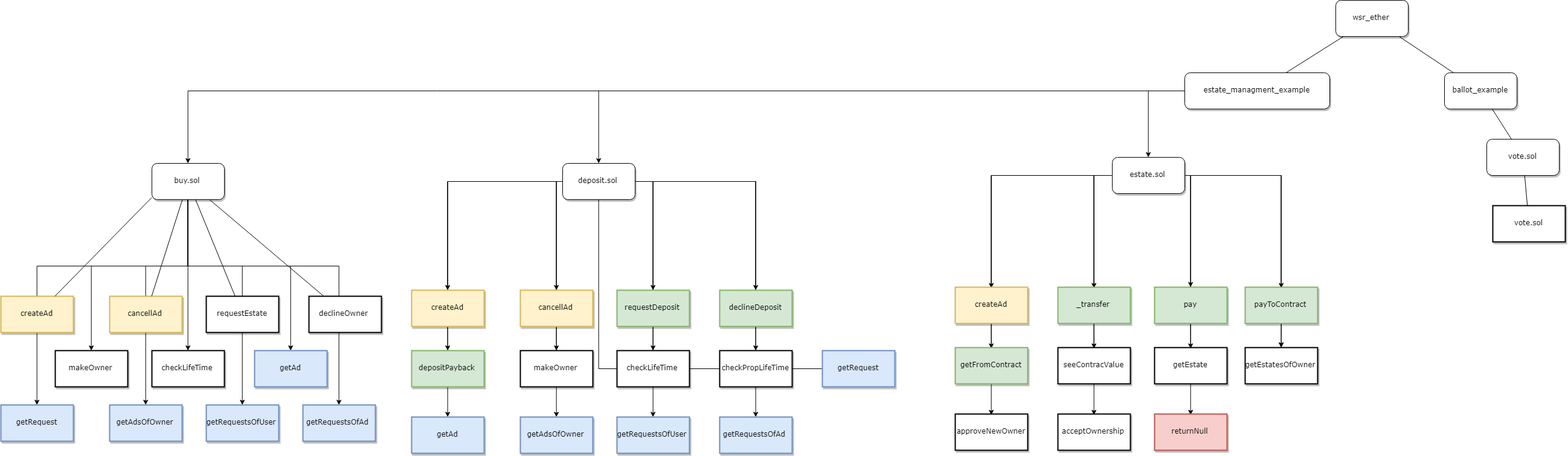
Earlier version of the draw.io export estate_scheme.png (AlexShashkov/wsr_ether). Source tidied: cells renumbered, new cells last; positions are measured from the earlier drawing's top-left corner, leaving out a move shared by most shapes.
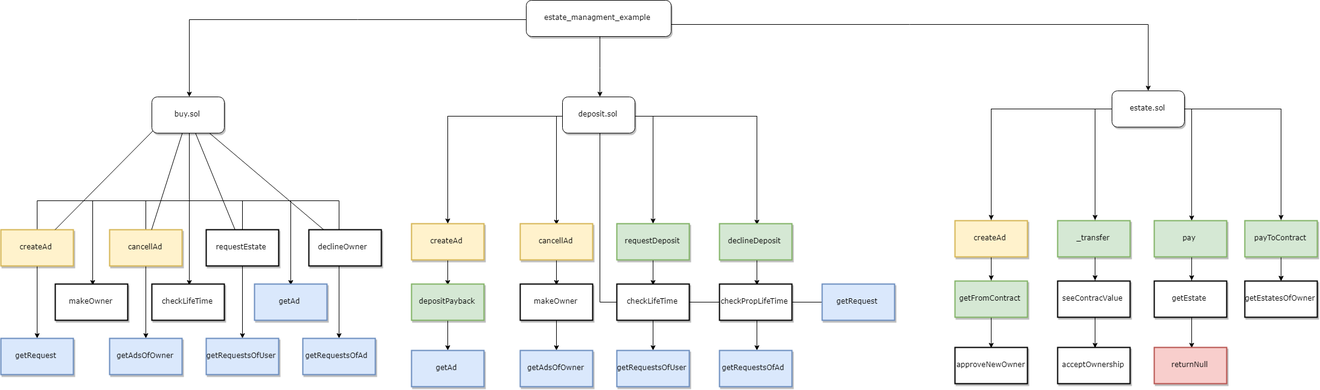
The same file after the commit.

Diff of the diagram source:
```diff
@@ -2,9 +2,6 @@
   <root>
     <mxCell id="0" />
     <mxCell id="1" parent="0" />
-    <mxCell id="2" value="wsr_ether" style="whiteSpace=wrap;html=1;rounded=1;shadow=1;labelBackgroundColor=none;strokeColor=#000000;strokeWidth=1;fillColor=#ffffff;fontFamily=Verdana;fontSize=12;fontColor=#000000;align=center;" parent="1" vertex="1">
-      <mxGeometry x="2210" width="120" height="60" as="geometry" />
-    </mxCell>
     <mxCell id="3" style="edgeStyle=orthogonalEdgeStyle;rounded=0;jettySize=auto;html=1;entryX=0.5;entryY=0;entryDx=0;entryDy=0;" parent="1" edge="1" source="6" target="17">
       <mxGeometry relative="1" as="geometry" />
     </mxCell>
@@ -19,17 +16,8 @@
       </mxGeometry>
     </mxCell>
     <mxCell id="6" value="estate_managment_example&lt;br&gt;" style="whiteSpace=wrap;html=1;rounded=1;shadow=1;labelBackgroundColor=none;strokeColor=#000000;strokeWidth=1;fillColor=#ffffff;fontFamily=Verdana;fontSize=12;fontColor=#000000;align=center;" parent="1" vertex="1">
-      <mxGeometry x="1960" y="120" width="240" height="60" as="geometry" />
+      <mxGeometry x="870" y="110" width="240" height="60" as="geometry" />
     </mxCell>
-    <mxCell id="7" value="ballot_example" style="whiteSpace=wrap;html=1;rounded=1;shadow=1;labelBackgroundColor=none;strokeColor=#000000;strokeWidth=1;fillColor=#ffffff;fontFamily=Verdana;fontSize=12;fontColor=#000000;align=center;" parent="1" vertex="1">
-      <mxGeometry x="2390" y="120" width="120" height="60" as="geometry" />
-    </mxCell>
-    <mxCell id="8" style="rounded=0;html=1;labelBackgroundColor=none;startArrow=none;startFill=0;startSize=5;endArrow=none;endFill=0;endSize=5;jettySize=auto;strokeColor=#000000;strokeWidth=1;fontFamily=Verdana;fontSize=12;fontColor=#000000;" parent="1" edge="1" source="2" target="7">
-      <mxGeometry x="-0.3" y="13" relative="1" as="geometry" />
-    </mxCell>
-    <mxCell id="9" style="edgeStyle=none;rounded=0;html=1;labelBackgroundColor=none;startArrow=none;startFill=0;startSize=5;endArrow=none;endFill=0;endSize=5;jettySize=auto;strokeColor=#000000;strokeWidth=1;fontFamily=Verdana;fontSize=12;fontColor=#000000;" parent="1" edge="1" source="2" target="6">
-      <mxGeometry x="-0.36" y="-11" relative="1" as="geometry" />
-    </mxCell>
     <mxCell id="10" style="edgeStyle=orthogonalEdgeStyle;rounded=0;jettySize=auto;html=1;entryX=0.5;entryY=0;entryDx=0;entryDy=0;" parent="1" edge="1" source="17" target="57">
       <mxGeometry relative="1" as="geometry">
         <Array as="points">
@@ -160,12 +148,6 @@
     <mxCell id="31" value="&lt;span&gt;deposit.sol&lt;/span&gt;" style="whiteSpace=wrap;html=1;rounded=1;shadow=1;labelBackgroundColor=none;strokeColor=#000000;strokeWidth=1;fillColor=#ffffff;fontFamily=Verdana;fontSize=12;fontColor=#000000;align=center;" parent="1" vertex="1">
       <mxGeometry x="930" y="270" width="120" height="60" as="geometry" />
     </mxCell>
-    <mxCell id="32" value="&lt;span&gt;vote.sol&lt;/span&gt;" style="whiteSpace=wrap;html=1;rounded=0;shadow=1;labelBackgroundColor=none;strokeColor=#000000;strokeWidth=2;fillColor=#ffffff;fontFamily=Verdana;fontSize=12;fontColor=#000000;align=center;" parent="1" vertex="1">
-      <mxGeometry x="2470" y="340" width="120" height="60" as="geometry" />
-    </mxCell>
-    <mxCell id="33" style="edgeStyle=none;rounded=0;html=1;labelBackgroundColor=none;startArrow=none;startFill=0;startSize=5;endArrow=none;endFill=0;endSize=5;jettySize=auto;strokeColor=#000000;strokeWidth=1;fontFamily=Verdana;fontSize=12;fontColor=#000000;" parent="1" edge="1" source="42" target="32">
-      <mxGeometry x="-0.13" y="17" relative="1" as="geometry" />
-    </mxCell>
     <mxCell id="34" value="createAd" style="whiteSpace=wrap;html=1;rounded=0;shadow=1;labelBackgroundColor=none;strokeColor=#d6b656;strokeWidth=2;fillColor=#fff2cc;fontFamily=Verdana;fontSize=12;align=center;" parent="1" vertex="1">
       <mxGeometry y="490" width="120" height="60" as="geometry" />
     </mxCell>
@@ -190,12 +172,6 @@
     <mxCell id="41" style="edgeStyle=none;rounded=0;html=1;labelBackgroundColor=none;startArrow=none;startFill=0;startSize=5;endArrow=none;endFill=0;endSize=5;jettySize=auto;strokeColor=#000000;strokeWidth=1;fontFamily=Verdana;fontSize=12;fontColor=#000000;" parent="1" edge="1" source="17" target="37">
       <mxGeometry x="0.14" y="16" relative="1" as="geometry" />
     </mxCell>
-    <mxCell id="42" value="vote.sol" style="whiteSpace=wrap;html=1;rounded=1;shadow=1;labelBackgroundColor=none;strokeColor=#000000;strokeWidth=1;fillColor=#ffffff;fontFamily=Verdana;fontSize=12;fontColor=#000000;align=center;" parent="1" vertex="1">
-      <mxGeometry x="2460" y="230" width="120" height="60" as="geometry" />
-    </mxCell>
-    <mxCell id="43" style="edgeStyle=none;rounded=0;html=1;labelBackgroundColor=none;startArrow=none;startFill=0;startSize=5;endArrow=none;endFill=0;endSize=5;jettySize=auto;strokeColor=#000000;strokeWidth=1;fontFamily=Verdana;fontSize=12;fontColor=#000000;" parent="1" edge="1" source="7" target="42">
-      <mxGeometry x="-0.13" y="17" relative="1" as="geometry" />
-    </mxCell>
     <mxCell id="44" style="edgeStyle=orthogonalEdgeStyle;rounded=0;jettySize=auto;html=1;entryX=0.5;entryY=0;entryDx=0;entryDy=0;" parent="1" edge="1" source="56" target="77">
       <mxGeometry relative="1" as="geometry" />
     </mxCell>
```
